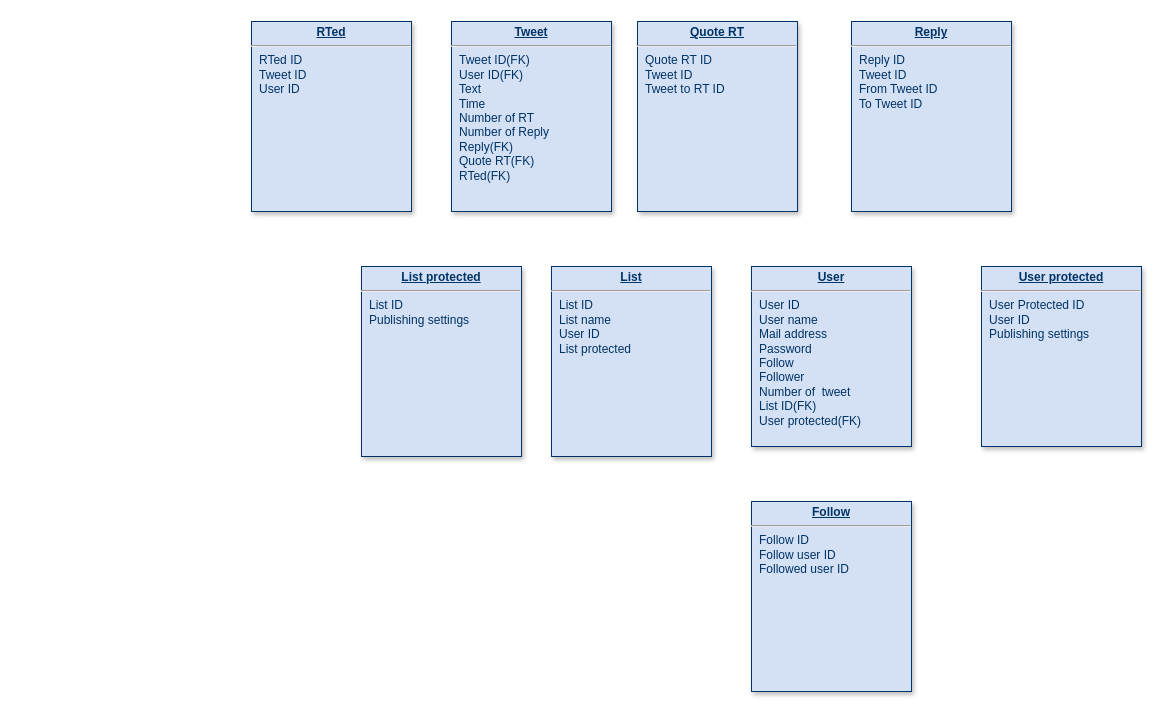
Earlier version of the draw.io diagram Untitled Diagram.drawio (fuwa-syugyo/hello-world). Source tidied: cells renumbered, new cells numbered last; positions are measured from the earlier drawing's top-left corner, leaving out a move shared by most shapes. Both pictures are drawn from the tidied source at 100%, with x=0, y=0 at pixel (251, 21).
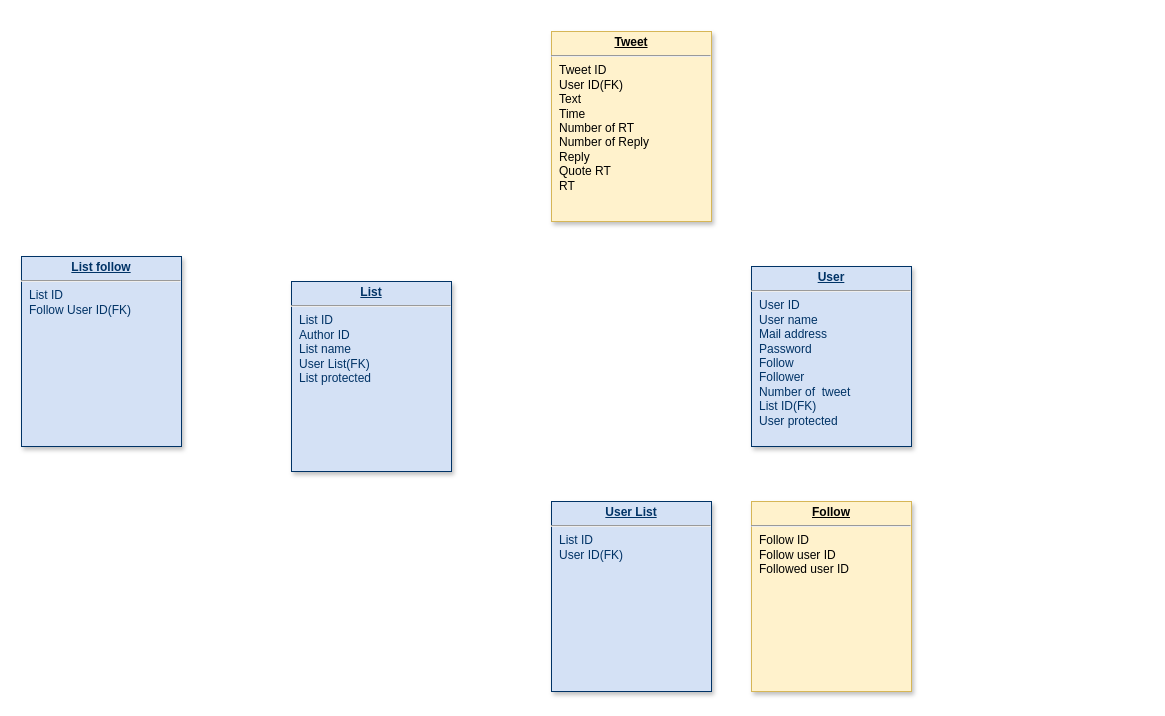
After the change.

What changed in the source:
```diff
@@
 <mxGraphModel>
   <root>
     <mxCell id="0" />
     <mxCell id="1" parent="0" />
-    <mxCell id="2" value="&lt;p style=&quot;margin: 0px ; margin-top: 4px ; text-align: center ; text-decoration: underline&quot;&gt;&lt;strong&gt;User&lt;/strong&gt;&lt;/p&gt;&lt;hr&gt;&lt;p style=&quot;margin: 0px ; margin-left: 8px&quot;&gt;User ID&lt;/p&gt;&lt;p style=&quot;margin: 0px ; margin-left: 8px&quot;&gt;User name&lt;/p&gt;&lt;p style=&quot;margin: 0px ; margin-left: 8px&quot;&gt;Mail address&lt;/p&gt;&lt;p style=&quot;margin: 0px ; margin-left: 8px&quot;&gt;Password&lt;/p&gt;&lt;p style=&quot;margin: 0px ; margin-left: 8px&quot;&gt;Follow&lt;/p&gt;&lt;p style=&quot;margin: 0px ; margin-left: 8px&quot;&gt;Follower&lt;/p&gt;&lt;p style=&quot;margin: 0px ; margin-left: 8px&quot;&gt;Number of&amp;nbsp; tweet&lt;/p&gt;&lt;p style=&quot;margin: 0px ; margin-left: 8px&quot;&gt;List ID(FK)&lt;/p&gt;&lt;p style=&quot;margin: 0px ; margin-left: 8px&quot;&gt;User protected(FK)&lt;/p&gt;&lt;p style=&quot;margin: 0px ; margin-left: 8px&quot;&gt;&lt;br&gt;&lt;/p&gt;" style="verticalAlign=top;align=left;overflow=fill;fontSize=12;fontFamily=Helvetica;html=1;strokeColor=#003366;shadow=1;fillColor=#D4E1F5;fontColor=#003366;" parent="1" vertex="1">
+    <mxCell id="2" value="&lt;p style=&quot;margin: 0px ; margin-top: 4px ; text-align: center ; text-decoration: underline&quot;&gt;&lt;strong&gt;User&lt;/strong&gt;&lt;/p&gt;&lt;hr&gt;&lt;p style=&quot;margin: 0px ; margin-left: 8px&quot;&gt;User ID&lt;/p&gt;&lt;p style=&quot;margin: 0px ; margin-left: 8px&quot;&gt;User name&lt;/p&gt;&lt;p style=&quot;margin: 0px ; margin-left: 8px&quot;&gt;Mail address&lt;/p&gt;&lt;p style=&quot;margin: 0px ; margin-left: 8px&quot;&gt;Password&lt;/p&gt;&lt;p style=&quot;margin: 0px ; margin-left: 8px&quot;&gt;Follow&lt;/p&gt;&lt;p style=&quot;margin: 0px ; margin-left: 8px&quot;&gt;Follower&lt;/p&gt;&lt;p style=&quot;margin: 0px ; margin-left: 8px&quot;&gt;Number of&amp;nbsp; tweet&lt;/p&gt;&lt;p style=&quot;margin: 0px ; margin-left: 8px&quot;&gt;List ID(FK)&lt;/p&gt;&lt;p style=&quot;margin: 0px ; margin-left: 8px&quot;&gt;User protected&lt;/p&gt;&lt;p style=&quot;margin: 0px ; margin-left: 8px&quot;&gt;&lt;br&gt;&lt;/p&gt;" style="verticalAlign=top;align=left;overflow=fill;fontSize=12;fontFamily=Helvetica;html=1;strokeColor=#003366;shadow=1;fillColor=#D4E1F5;fontColor=#003366;" parent="1" vertex="1">
       <mxGeometry x="500" y="245" width="160" height="180" as="geometry" />
     </mxCell>
-    <mxCell id="3" value="&lt;p style=&quot;margin: 0px ; margin-top: 4px ; text-align: center ; text-decoration: underline&quot;&gt;&lt;strong&gt;Tweet&lt;/strong&gt;&lt;/p&gt;&lt;hr&gt;&lt;p style=&quot;margin: 0px ; margin-left: 8px&quot;&gt;Tweet ID(FK)&lt;/p&gt;&lt;p style=&quot;margin: 0px ; margin-left: 8px&quot;&gt;User ID(FK)&lt;/p&gt;&lt;p style=&quot;margin: 0px ; margin-left: 8px&quot;&gt;Text&lt;/p&gt;&lt;p style=&quot;margin: 0px ; margin-left: 8px&quot;&gt;Time&lt;/p&gt;&lt;p style=&quot;margin: 0px ; margin-left: 8px&quot;&gt;Number of RT&lt;/p&gt;&lt;p style=&quot;margin: 0px ; margin-left: 8px&quot;&gt;Number of Reply&lt;/p&gt;&lt;p style=&quot;margin: 0px ; margin-left: 8px&quot;&gt;Reply(FK)&lt;/p&gt;&lt;p style=&quot;margin: 0px ; margin-left: 8px&quot;&gt;Quote RT(FK)&lt;/p&gt;&lt;p style=&quot;margin: 0px ; margin-left: 8px&quot;&gt;RTed(FK)&lt;/p&gt;" style="verticalAlign=top;align=left;overflow=fill;fontSize=12;fontFamily=Helvetica;html=1;strokeColor=#003366;shadow=1;fillColor=#D4E1F5;fontColor=#003366;" parent="1" vertex="1">
-      <mxGeometry x="200" width="160" height="190" as="geometry" />
+    <mxCell id="3" value="&lt;p style=&quot;margin: 0px ; margin-top: 4px ; text-align: center ; text-decoration: underline&quot;&gt;&lt;strong&gt;Tweet&lt;/strong&gt;&lt;/p&gt;&lt;hr&gt;&lt;p style=&quot;margin: 0px ; margin-left: 8px&quot;&gt;Tweet ID&lt;/p&gt;&lt;p style=&quot;margin: 0px ; margin-left: 8px&quot;&gt;User ID(FK)&lt;/p&gt;&lt;p style=&quot;margin: 0px ; margin-left: 8px&quot;&gt;Text&lt;/p&gt;&lt;p style=&quot;margin: 0px ; margin-left: 8px&quot;&gt;Time&lt;/p&gt;&lt;p style=&quot;margin: 0px ; margin-left: 8px&quot;&gt;Number of RT&lt;/p&gt;&lt;p style=&quot;margin: 0px ; margin-left: 8px&quot;&gt;Number of Reply&lt;/p&gt;&lt;p style=&quot;margin: 0px ; margin-left: 8px&quot;&gt;Reply&lt;/p&gt;&lt;p style=&quot;margin: 0px ; margin-left: 8px&quot;&gt;Quote RT&lt;/p&gt;&lt;p style=&quot;margin: 0px ; margin-left: 8px&quot;&gt;RT&lt;/p&gt;" style="verticalAlign=top;align=left;overflow=fill;fontSize=12;fontFamily=Helvetica;html=1;strokeColor=#d6b656;shadow=1;fillColor=#fff2cc;" parent="1" vertex="1">
+      <mxGeometry x="300" y="10" width="160" height="190" as="geometry" />
     </mxCell>
-    <mxCell id="4" value="&lt;p style=&quot;margin: 0px ; margin-top: 4px ; text-align: center ; text-decoration: underline&quot;&gt;&lt;b&gt;List&lt;/b&gt;&lt;/p&gt;&lt;hr&gt;&lt;p style=&quot;margin: 0px ; margin-left: 8px&quot;&gt;List ID&lt;/p&gt;&lt;p style=&quot;margin: 0px ; margin-left: 8px&quot;&gt;List name&lt;/p&gt;&lt;p style=&quot;margin: 0px ; margin-left: 8px&quot;&gt;User ID&lt;/p&gt;&lt;p style=&quot;margin: 0px ; margin-left: 8px&quot;&gt;List protected&lt;/p&gt;" style="verticalAlign=top;align=left;overflow=fill;fontSize=12;fontFamily=Helvetica;html=1;strokeColor=#003366;shadow=1;fillColor=#D4E1F5;fontColor=#003366;" parent="1" vertex="1">
-      <mxGeometry x="300" y="245" width="160" height="190" as="geometry" />
+    <mxCell id="4" value="&lt;p style=&quot;margin: 0px ; margin-top: 4px ; text-align: center ; text-decoration: underline&quot;&gt;&lt;b&gt;List follow&lt;/b&gt;&lt;/p&gt;&lt;hr&gt;&lt;p style=&quot;margin: 0px ; margin-left: 8px&quot;&gt;List ID&lt;/p&gt;&lt;p style=&quot;margin: 0px ; margin-left: 8px&quot;&gt;Follow User ID(FK)&lt;/p&gt;" style="verticalAlign=top;align=left;overflow=fill;fontSize=12;fontFamily=Helvetica;html=1;strokeColor=#003366;shadow=1;fillColor=#D4E1F5;fontColor=#003366;" parent="1" vertex="1">
+      <mxGeometry x="-230" y="235" width="160" height="190" as="geometry" />
     </mxCell>
-    <mxCell id="5" value="&lt;p style=&quot;margin: 0px ; margin-top: 4px ; text-align: center ; text-decoration: underline&quot;&gt;&lt;b&gt;Follow&lt;/b&gt;&lt;/p&gt;&lt;hr&gt;&lt;p style=&quot;margin: 0px ; margin-left: 8px&quot;&gt;Follow ID&lt;/p&gt;&lt;p style=&quot;margin: 0px ; margin-left: 8px&quot;&gt;Follow user ID&lt;/p&gt;&lt;p style=&quot;margin: 0px ; margin-left: 8px&quot;&gt;Followed user ID&lt;/p&gt;" style="verticalAlign=top;align=left;overflow=fill;fontSize=12;fontFamily=Helvetica;html=1;strokeColor=#003366;shadow=1;fillColor=#D4E1F5;fontColor=#003366;" parent="1" vertex="1">
+    <mxCell id="5" value="&lt;p style=&quot;margin: 0px ; margin-top: 4px ; text-align: center ; text-decoration: underline&quot;&gt;&lt;b&gt;Follow&lt;/b&gt;&lt;/p&gt;&lt;hr&gt;&lt;p style=&quot;margin: 0px ; margin-left: 8px&quot;&gt;Follow ID&lt;/p&gt;&lt;p style=&quot;margin: 0px ; margin-left: 8px&quot;&gt;Follow user ID&lt;/p&gt;&lt;p style=&quot;margin: 0px ; margin-left: 8px&quot;&gt;Followed user ID&lt;/p&gt;" style="verticalAlign=top;align=left;overflow=fill;fontSize=12;fontFamily=Helvetica;html=1;strokeColor=#d6b656;shadow=1;fillColor=#fff2cc;" parent="1" vertex="1">
       <mxGeometry x="500" y="480" width="160" height="190" as="geometry" />
     </mxCell>
-    <mxCell id="6" value="&lt;p style=&quot;margin: 0px ; margin-top: 4px ; text-align: center ; text-decoration: underline&quot;&gt;&lt;b&gt;List protected&lt;/b&gt;&lt;/p&gt;&lt;hr&gt;&lt;p style=&quot;margin: 0px ; margin-left: 8px&quot;&gt;List ID&lt;/p&gt;&lt;p style=&quot;margin: 0px ; margin-left: 8px&quot;&gt;Publishing settings&lt;/p&gt;" style="verticalAlign=top;align=left;overflow=fill;fontSize=12;fontFamily=Helvetica;html=1;strokeColor=#003366;shadow=1;fillColor=#D4E1F5;fontColor=#003366;" parent="1" vertex="1">
-      <mxGeometry x="110" y="245" width="160" height="190" as="geometry" />
-    </mxCell>
-    <mxCell id="7" value="&lt;p style=&quot;margin: 0px ; margin-top: 4px ; text-align: center ; text-decoration: underline&quot;&gt;&lt;strong&gt;User protected&lt;/strong&gt;&lt;/p&gt;&lt;hr&gt;&lt;p style=&quot;margin: 0px ; margin-left: 8px&quot;&gt;User Protected ID&lt;/p&gt;&lt;p style=&quot;margin: 0px ; margin-left: 8px&quot;&gt;User ID&lt;/p&gt;&lt;p style=&quot;margin: 0px ; margin-left: 8px&quot;&gt;Publishing settings&lt;br&gt;&lt;/p&gt;&lt;p style=&quot;margin: 0px ; margin-left: 8px&quot;&gt;&lt;br&gt;&lt;/p&gt;" style="verticalAlign=top;align=left;overflow=fill;fontSize=12;fontFamily=Helvetica;html=1;strokeColor=#003366;shadow=1;fillColor=#D4E1F5;fontColor=#003366;" parent="1" vertex="1">
-      <mxGeometry x="730" y="245" width="160" height="180" as="geometry" />
-    </mxCell>
-    <mxCell id="8" value="&lt;p style=&quot;margin: 0px ; margin-top: 4px ; text-align: center ; text-decoration: underline&quot;&gt;&lt;b&gt;Reply&lt;/b&gt;&lt;/p&gt;&lt;hr&gt;&lt;p style=&quot;margin: 0px ; margin-left: 8px&quot;&gt;Reply ID&lt;/p&gt;&lt;p style=&quot;margin: 0px ; margin-left: 8px&quot;&gt;Tweet ID&lt;/p&gt;&lt;p style=&quot;margin: 0px ; margin-left: 8px&quot;&gt;From Tweet ID&lt;/p&gt;&lt;p style=&quot;margin: 0px ; margin-left: 8px&quot;&gt;To Tweet ID&lt;/p&gt;" style="verticalAlign=top;align=left;overflow=fill;fontSize=12;fontFamily=Helvetica;html=1;strokeColor=#003366;shadow=1;fillColor=#D4E1F5;fontColor=#003366;" parent="1" vertex="1">
-      <mxGeometry x="600" width="160" height="190" as="geometry" />
-    </mxCell>
-    <mxCell id="9" value="&lt;p style=&quot;margin: 0px ; margin-top: 4px ; text-align: center ; text-decoration: underline&quot;&gt;&lt;b&gt;Quote RT&lt;/b&gt;&lt;/p&gt;&lt;hr&gt;&lt;p style=&quot;margin: 0px ; margin-left: 8px&quot;&gt;Quote RT ID&lt;/p&gt;&lt;p style=&quot;margin: 0px ; margin-left: 8px&quot;&gt;Tweet ID&lt;/p&gt;&lt;p style=&quot;margin: 0px ; margin-left: 8px&quot;&gt;Tweet to RT ID&lt;/p&gt;" style="verticalAlign=top;align=left;overflow=fill;fontSize=12;fontFamily=Helvetica;html=1;strokeColor=#003366;shadow=1;fillColor=#D4E1F5;fontColor=#003366;" parent="1" vertex="1">
-      <mxGeometry x="386" width="160" height="190" as="geometry" />
-    </mxCell>
-    <mxCell id="10" value="&lt;p style=&quot;margin: 0px ; margin-top: 4px ; text-align: center ; text-decoration: underline&quot;&gt;&lt;b&gt;RTed&lt;/b&gt;&lt;/p&gt;&lt;hr&gt;&lt;p style=&quot;margin: 0px ; margin-left: 8px&quot;&gt;RTed ID&lt;/p&gt;&lt;p style=&quot;margin: 0px ; margin-left: 8px&quot;&gt;Tweet ID&lt;/p&gt;&lt;p style=&quot;margin: 0px ; margin-left: 8px&quot;&gt;User ID&lt;/p&gt;" style="verticalAlign=top;align=left;overflow=fill;fontSize=12;fontFamily=Helvetica;html=1;strokeColor=#003366;shadow=1;fillColor=#D4E1F5;fontColor=#003366;" parent="1" vertex="1">
-      <mxGeometry width="160" height="190" as="geometry" />
-    </mxCell>
+    <mxCell id="11" value="&lt;p style=&quot;margin: 0px ; margin-top: 4px ; text-align: center ; text-decoration: underline&quot;&gt;&lt;b&gt;User List&lt;/b&gt;&lt;/p&gt;&lt;hr&gt;&lt;p style=&quot;margin: 0px ; margin-left: 8px&quot;&gt;List ID&lt;/p&gt;&lt;p style=&quot;margin: 0px ; margin-left: 8px&quot;&gt;User ID(FK)&lt;/p&gt;" style="verticalAlign=top;align=left;overflow=fill;fontSize=12;fontFamily=Helvetica;html=1;strokeColor=#003366;shadow=1;fillColor=#D4E1F5;fontColor=#003366;" parent="1" vertex="1">
+      <mxGeometry x="300" y="480" width="160" height="190" as="geometry" />
+    </mxCell>
+    <mxCell id="12" value="&lt;p style=&quot;margin: 0px ; margin-top: 4px ; text-align: center ; text-decoration: underline&quot;&gt;&lt;b&gt;List&lt;/b&gt;&lt;/p&gt;&lt;hr&gt;&lt;p style=&quot;margin: 0px ; margin-left: 8px&quot;&gt;List ID&lt;/p&gt;&lt;p style=&quot;margin: 0px ; margin-left: 8px&quot;&gt;Author ID&lt;/p&gt;&lt;p style=&quot;margin: 0px ; margin-left: 8px&quot;&gt;List name&lt;/p&gt;&lt;p style=&quot;margin: 0px ; margin-left: 8px&quot;&gt;User List(FK)&lt;/p&gt;&lt;p style=&quot;margin: 0px ; margin-left: 8px&quot;&gt;List protected&lt;/p&gt;" style="verticalAlign=top;align=left;overflow=fill;fontSize=12;fontFamily=Helvetica;html=1;strokeColor=#003366;shadow=1;fillColor=#D4E1F5;fontColor=#003366;" parent="1" vertex="1">
+      <mxGeometry x="40" y="260" width="160" height="190" as="geometry" />
+    </mxCell>
   </root>
 </mxGraphModel>
```
